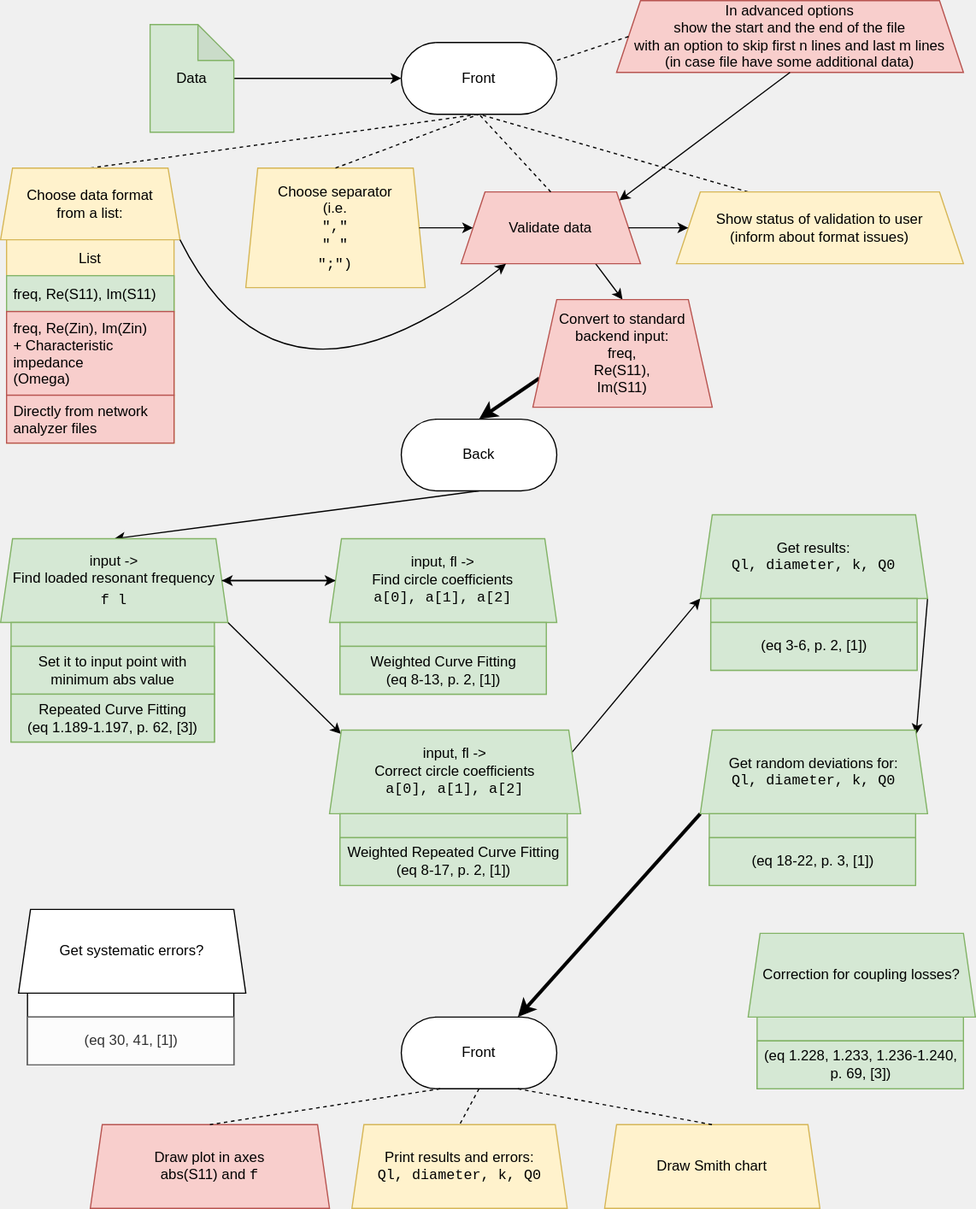
Before: source/other/article_research/plan.drawio.svg, a diagram exported from draw.io (ricet8ur/calc-factor-of-vna). Source tidied: cells renumbered, new cells last; positions are measured from the earlier drawing's top-left corner, leaving out a move shared by most shapes.
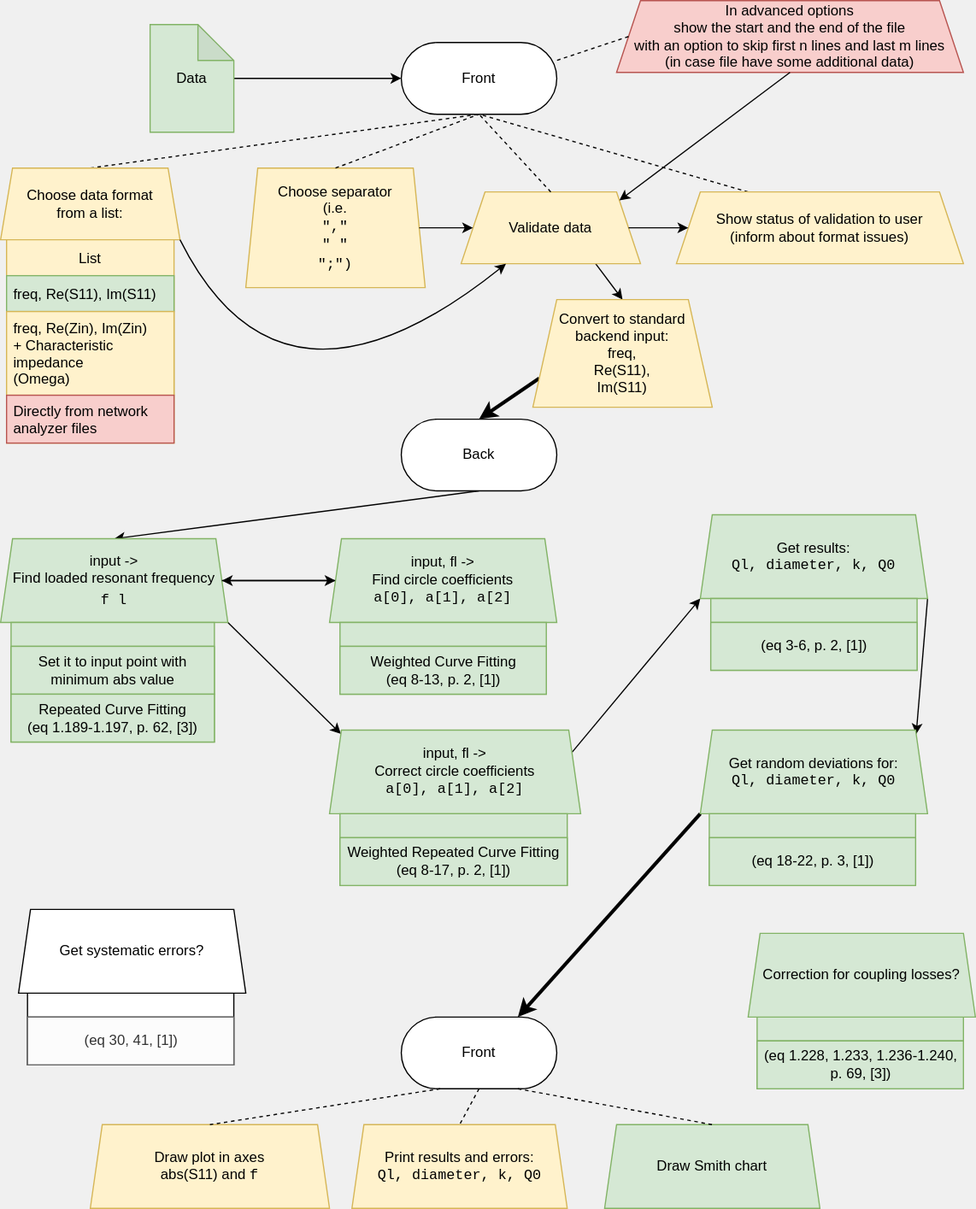
Above is the later version.

Commit message:
TODO and plan corrections

The edit, as a diff of the source:
```diff
@@ -17,7 +17,7 @@
     <mxCell id="6" style="edgeStyle=none;html=1;exitX=0.75;exitY=1;exitDx=0;exitDy=0;entryX=0.5;entryY=0;entryDx=0;entryDy=0;fontFamily=Helvetica;fontSize=12;" parent="1" edge="1" source="7" target="37">
       <mxGeometry relative="1" as="geometry" />
     </mxCell>
-    <mxCell id="7" value="Validate data" style="shape=trapezoid;perimeter=trapezoidPerimeter;whiteSpace=wrap;html=1;fixedSize=1;fillColor=#f8cecc;strokeColor=#b85450;" parent="1" vertex="1">
+    <mxCell id="7" value="Validate data" style="shape=trapezoid;perimeter=trapezoidPerimeter;whiteSpace=wrap;html=1;fixedSize=1;fillColor=#fff2cc;strokeColor=#d6b656;" parent="1" vertex="1">
       <mxGeometry x="385" y="160" width="150" height="60" as="geometry" />
     </mxCell>
     <mxCell id="8" style="endArrow=none;dashed=1;html=1;entryX=0.5;entryY=1;entryDx=0;entryDy=0;exitX=0.5;exitY=0;exitDx=0;exitDy=0;" parent="1" edge="1" source="7" target="4">
@@ -32,7 +32,7 @@
     <mxCell id="11" value="freq, Re(S11), Im(S11)" style="text;strokeColor=#82b366;fillColor=#d5e8d4;align=left;verticalAlign=middle;spacingLeft=4;spacingRight=4;overflow=hidden;" parent="10" vertex="1">
       <mxGeometry y="30" width="140" height="30" as="geometry" />
     </mxCell>
-    <mxCell id="12" value="freq, Re(Zin), Im(Zin)&#10;+ Characteristic &#10;impedance&#10;(Omega)" style="text;strokeColor=#b85450;fillColor=#f8cecc;align=left;verticalAlign=middle;spacingLeft=4;spacingRight=4;overflow=hidden;" parent="10" vertex="1">
+    <mxCell id="12" value="freq, Re(Zin), Im(Zin)&#10;+ Characteristic &#10;impedance&#10;(Omega)" style="text;strokeColor=#d6b656;fillColor=#fff2cc;align=left;verticalAlign=middle;spacingLeft=4;spacingRight=4;overflow=hidden;" parent="10" vertex="1">
       <mxGeometry y="60" width="140" height="70" as="geometry" />
     </mxCell>
     <mxCell id="13" value="Directly from network &#10;analyzer files" style="text;strokeColor=#b85450;fillColor=#f8cecc;align=left;verticalAlign=middle;spacingLeft=4;spacingRight=4;overflow=hidden;" parent="10" vertex="1">
@@ -68,13 +68,13 @@
     <mxCell id="23" value="Front" style="rounded=1;whiteSpace=wrap;html=1;arcSize=50;" parent="1" vertex="1">
       <mxGeometry x="335" y="850" width="130" height="60" as="geometry" />
     </mxCell>
-    <mxCell id="24" value="Draw plot in axes &lt;br&gt;abs(S11) and &lt;font face=&quot;Courier New&quot;&gt;f&lt;/font&gt;" style="shape=trapezoid;perimeter=trapezoidPerimeter;whiteSpace=wrap;html=1;fixedSize=1;size=10;fillColor=#f8cecc;strokeColor=#b85450;" parent="1" vertex="1">
+    <mxCell id="24" value="Draw plot in axes &lt;br&gt;abs(S11) and &lt;font face=&quot;Courier New&quot;&gt;f&lt;/font&gt;" style="shape=trapezoid;perimeter=trapezoidPerimeter;whiteSpace=wrap;html=1;fixedSize=1;size=10;fillColor=#fff2cc;strokeColor=#d6b656;" parent="1" vertex="1">
       <mxGeometry x="75" y="940" width="200" height="70" as="geometry" />
     </mxCell>
     <mxCell id="25" style="endArrow=none;dashed=1;html=1;exitX=0.25;exitY=1;exitDx=0;exitDy=0;entryX=0.5;entryY=0;entryDx=0;entryDy=0;" parent="1" edge="1" source="23" target="24">
       <mxGeometry relative="1" as="geometry" />
     </mxCell>
-    <mxCell id="26" value="Draw Smith chart" style="shape=trapezoid;perimeter=trapezoidPerimeter;whiteSpace=wrap;html=1;fixedSize=1;size=10;fillColor=#fff2cc;strokeColor=#d6b656;" parent="1" vertex="1">
+    <mxCell id="26" value="Draw Smith chart" style="shape=trapezoid;perimeter=trapezoidPerimeter;whiteSpace=wrap;html=1;fixedSize=1;size=10;fillColor=#d5e8d4;strokeColor=#82b366;" parent="1" vertex="1">
       <mxGeometry x="505" y="940" width="180" height="70" as="geometry" />
     </mxCell>
     <mxCell id="27" style="endArrow=none;dashed=1;html=1;exitX=0.75;exitY=1;exitDx=0;exitDy=0;entryX=0.5;entryY=0;entryDx=0;entryDy=0;" parent="1" edge="1" source="23" target="26">
@@ -111,7 +111,7 @@
     <mxCell id="36" value="Repeated Curve Fitting &#10;(eq 1.189-1.197, p. 62, [3])" style="text;strokeColor=#82b366;fillColor=#d5e8d4;align=center;verticalAlign=middle;spacingLeft=4;spacingRight=4;overflow=hidden;whiteSpace=wrap;" parent="34" vertex="1">
       <mxGeometry y="60" width="170" height="40" as="geometry" />
     </mxCell>
-    <mxCell id="37" value="Convert to standard backend input:&lt;br&gt;freq,&lt;br&gt;Re(S11),&lt;br&gt;Im(S11)" style="shape=trapezoid;perimeter=trapezoidPerimeter;whiteSpace=wrap;html=1;fixedSize=1;fillColor=#f8cecc;strokeColor=#b85450;" parent="1" vertex="1">
+    <mxCell id="37" value="Convert to standard backend input:&lt;br&gt;freq,&lt;br&gt;Re(S11),&lt;br&gt;Im(S11)" style="shape=trapezoid;perimeter=trapezoidPerimeter;whiteSpace=wrap;html=1;fixedSize=1;fillColor=#fff2cc;strokeColor=#d6b656;" parent="1" vertex="1">
       <mxGeometry x="445" y="250" width="150" height="90" as="geometry" />
     </mxCell>
     <mxCell id="38" style="edgeStyle=none;html=1;exitX=0;exitY=0.5;exitDx=0;exitDy=0;entryX=1;entryY=0.5;entryDx=0;entryDy=0;fontFamily=Helvetica;fontSize=12;" parent="1" edge="1" source="39" target="21">
```
